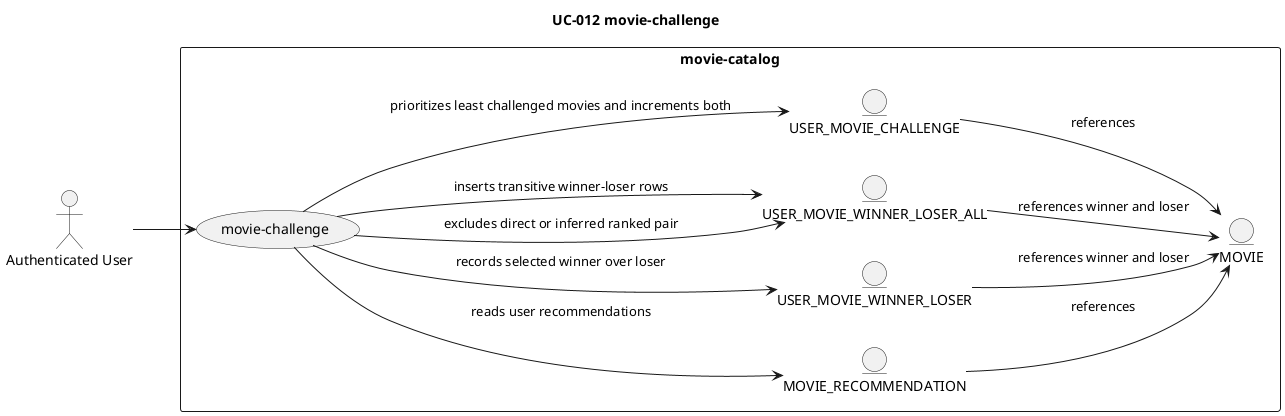
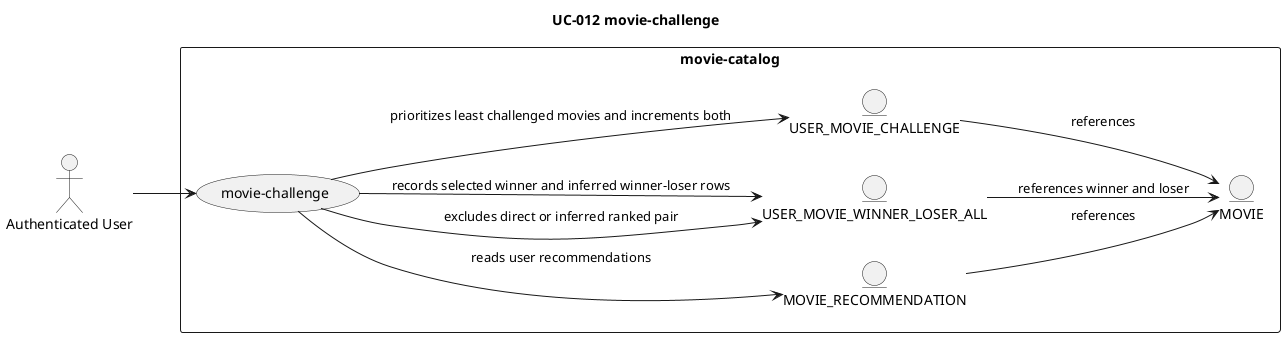
@startuml
title UC-012 movie-challenge
left to right direction

actor "Authenticated User" as user
rectangle "movie-catalog" {
    usecase "movie-challenge" as UC
    entity "MOVIE_RECOMMENDATION" as recommendation
-     entity "USER_MOVIE_WINNER_LOSER" as directResult
    entity "USER_MOVIE_WINNER_LOSER_ALL" as closureResult
    entity "USER_MOVIE_CHALLENGE" as challengeCount
    entity "MOVIE" as movie
}

user --> UC
UC --> recommendation : reads user recommendations
UC --> closureResult : excludes direct or inferred ranked pair
- UC --> directResult : records selected winner over loser
- UC --> closureResult : inserts transitive winner-loser rows
+ UC --> closureResult : records selected winner and inferred winner-loser rows
UC --> challengeCount : prioritizes least challenged movies and increments both
recommendation --> movie : references
- directResult --> movie : references winner and loser
closureResult --> movie : references winner and loser
challengeCount --> movie : references
@enduml
